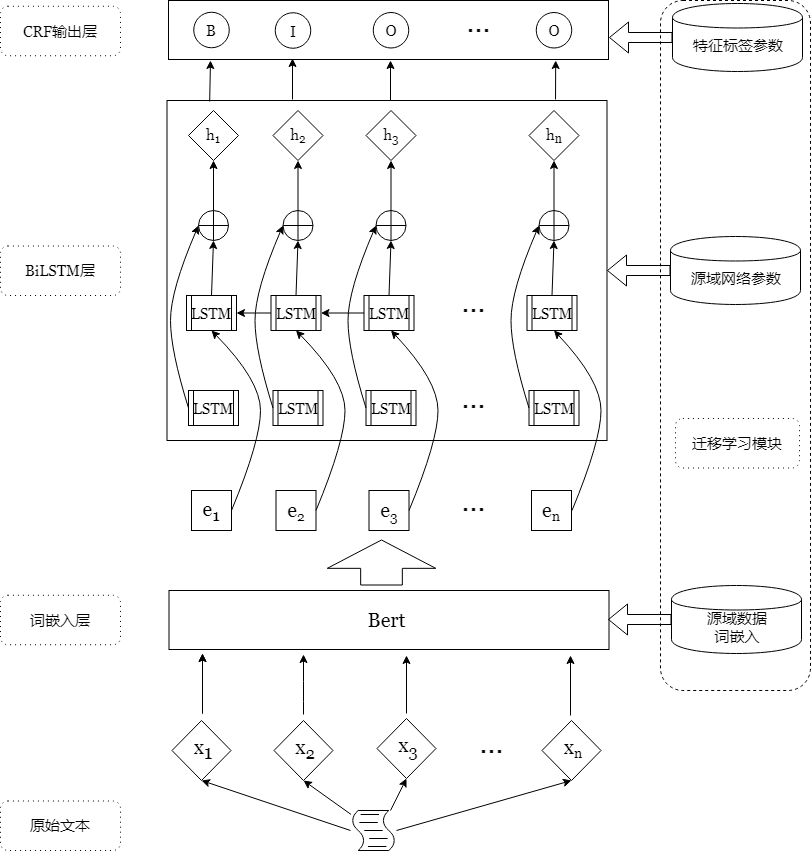
yhx123hero/CyberspaceSecurity_NER keeps this draw.io diagram as Trans-Bert-BiLSTM-CRF-CN.png. Above is the earlier version. Source tidied: cells renumbered, new cells last; positions are measured from the earlier drawing's top-left corner, leaving out a move shared by most shapes.
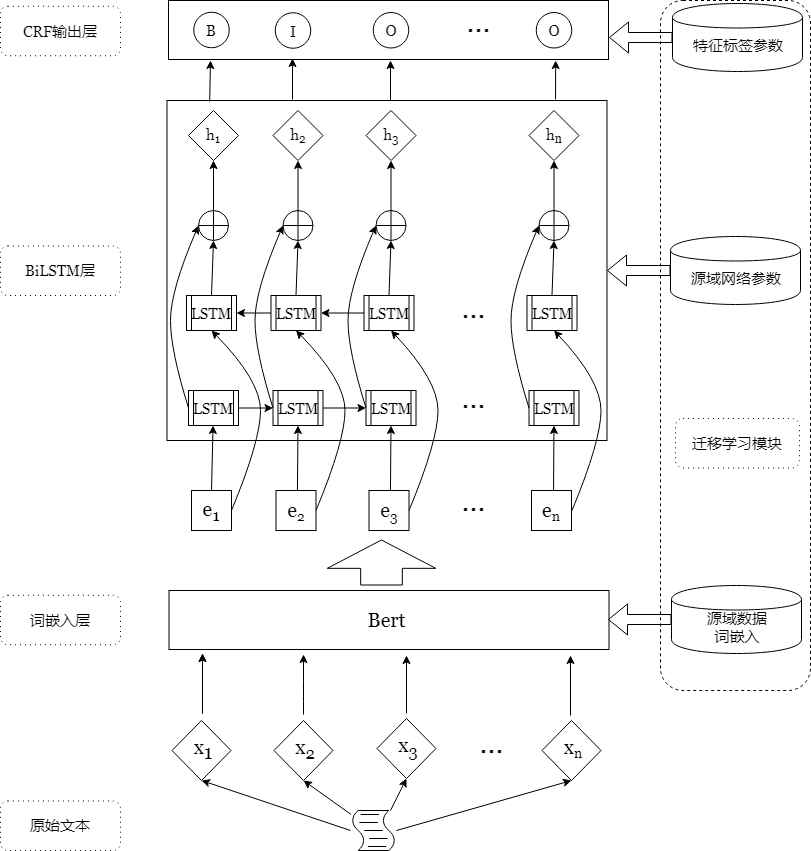
After the commit.

Diff of the diagram source:
```diff
@@ -318,7 +318,7 @@
       <mxGeometry x="423" y="379" width="100" height="40" as="geometry" />
     </mxCell>
     <mxCell id="82" value="…" style="text;strokeColor=none;fillColor=none;html=1;fontSize=24;fontStyle=1;verticalAlign=middle;align=center;labelBackgroundColor=none;" parent="1" vertex="1">
-      <mxGeometry x="423" y="283" width="100" height="40" as="geometry" />
+      <mxGeometry x="423" y="289" width="100" height="40" as="geometry" />
     </mxCell>
     <mxCell id="83" style="rounded=0;whiteSpace=wrap;html=1;" parent="1" vertex="1">
       <mxGeometry x="168" width="440" height="59" as="geometry" />
@@ -416,5 +416,23 @@
     <mxCell id="110" value="特征标签参数" style="text;html=1;strokeColor=none;fillColor=none;align=center;verticalAlign=middle;whiteSpace=wrap;rounded=0;labelBackgroundColor=none;fontFamily=Georgia;fontSize=15;" parent="1" vertex="1">
       <mxGeometry x="688" y="33" width="100" height="23" as="geometry" />
     </mxCell>
+    <mxCell id="111" style="endArrow=classic;html=1;entryX=0;entryY=0.5;entryDx=0;entryDy=0;exitX=1;exitY=0.5;exitDx=0;exitDy=0;" parent="1" edge="1" source="35" target="46">
+      <mxGeometry relative="1" as="geometry" />
+    </mxCell>
+    <mxCell id="112" style="endArrow=classic;html=1;exitX=1;exitY=0.5;exitDx=0;exitDy=0;entryX=0;entryY=0.5;entryDx=0;entryDy=0;" parent="1" edge="1" source="46" target="58">
+      <mxGeometry relative="1" as="geometry" />
+    </mxCell>
+    <mxCell id="113" style="endArrow=classic;html=1;exitX=0.5;exitY=0;exitDx=0;exitDy=0;" parent="1" edge="1" source="25" target="35">
+      <mxGeometry relative="1" as="geometry" />
+    </mxCell>
+    <mxCell id="114" style="endArrow=classic;html=1;entryX=0.5;entryY=1;entryDx=0;entryDy=0;exitX=0.536;exitY=0;exitDx=0;exitDy=0;exitPerimeter=0;" parent="1" edge="1" source="27" target="46">
+      <mxGeometry relative="1" as="geometry" />
+    </mxCell>
+    <mxCell id="115" style="endArrow=classic;html=1;entryX=0.5;entryY=1;entryDx=0;entryDy=0;exitX=0.536;exitY=0.005;exitDx=0;exitDy=0;exitPerimeter=0;" parent="1" edge="1" source="29" target="58">
+      <mxGeometry relative="1" as="geometry" />
+    </mxCell>
+    <mxCell id="116" style="endArrow=classic;html=1;entryX=0.5;entryY=1;entryDx=0;entryDy=0;exitX=0.551;exitY=-0.009;exitDx=0;exitDy=0;exitPerimeter=0;" parent="1" edge="1" source="31" target="69">
+      <mxGeometry relative="1" as="geometry" />
+    </mxCell>
   </root>
 </mxGraphModel>
```
